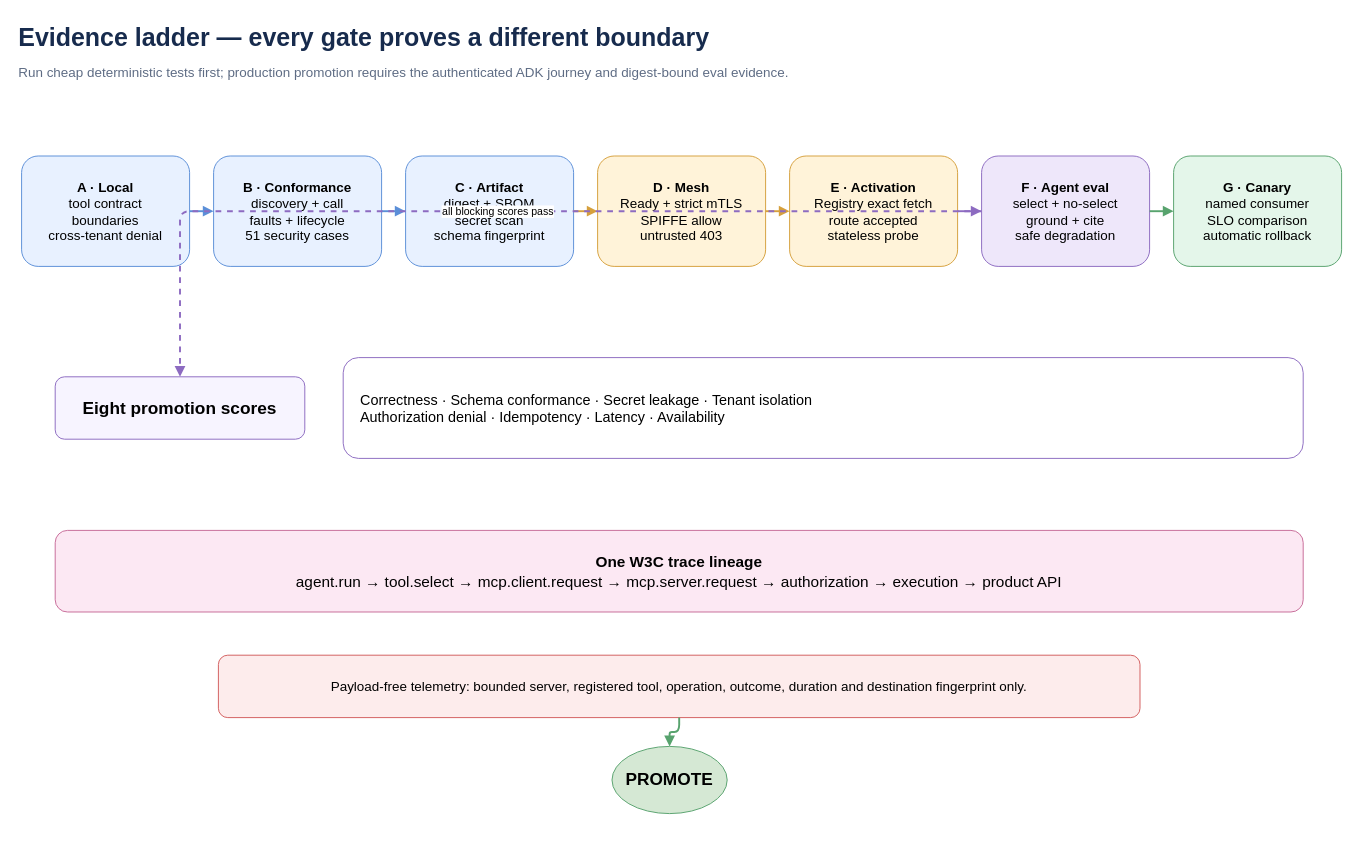
tesserix/australis keeps this draw.io diagram as page "4 - Test and promotion gates" (4 of 4) of docs/diagrams/product-mcp-lifecycle.drawio. Above is the earlier version. Source tidied: cells renumbered, new cells numbered last; positions are measured from the earlier drawing's top-left corner, leaving out a move shared by most shapes. Both pictures are drawn from the tidied source at 96%, with x=0, y=0 at pixel (16, 16).
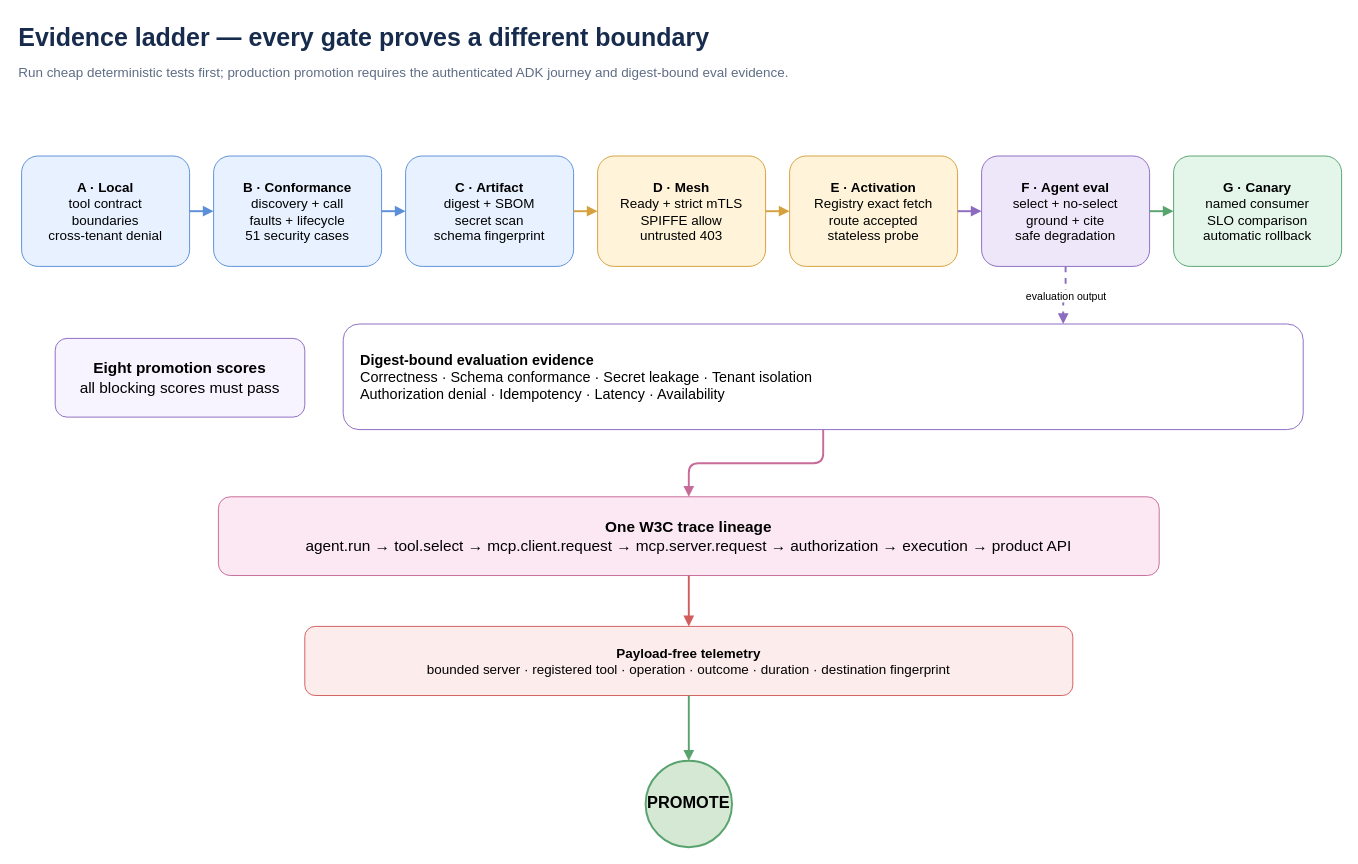
The same page after the edit.

Unchanged cells that the change refers to:
```xml
<mxCell id="9" value="&lt;b&gt;F · Agent eval&lt;/b&gt;&lt;br&gt;select + no-select&lt;br&gt;ground + cite&lt;br&gt;safe degradation" style="rounded=1;whiteSpace=wrap;html=1;fillColor=#EEE7FA;strokeColor=#8D6BC1;fontSize=14;" parent="1" vertex="1">
  <mxGeometry x="1005" y="145" width="175" height="115" as="geometry" />
</mxCell>
```

The edit, as a diff of the source:
```diff
@@
-    <mxCell id="11" value="&lt;b&gt;Eight promotion scores&lt;/b&gt;" style="rounded=1;whiteSpace=wrap;html=1;fillColor=#F7F4FF;strokeColor=#8D6BC1;fontSize=18;fontStyle=1;" parent="1" vertex="1">
-      <mxGeometry x="40" y="375" width="260" height="65" as="geometry" />
+    <mxCell id="11" value="&lt;b&gt;Eight promotion scores&lt;/b&gt;&lt;br&gt;all blocking scores must pass" style="rounded=1;whiteSpace=wrap;html=1;fillColor=#F7F4FF;strokeColor=#8D6BC1;fontSize=16;" parent="1" vertex="1">
+      <mxGeometry x="40" y="335" width="260" height="82" as="geometry" />
     </mxCell>
-    <mxCell id="12" value="Correctness · Schema conformance · Secret leakage · Tenant isolation&lt;br&gt;Authorization denial · Idempotency · Latency · Availability" style="rounded=1;whiteSpace=wrap;html=1;fillColor=#FFFFFF;strokeColor=#8D6BC1;fontSize=15;align=left;spacingLeft=16;" parent="1" vertex="1">
-      <mxGeometry x="340" y="355" width="1000" height="105" as="geometry" />
+    <mxCell id="12" value="&lt;b&gt;Digest-bound evaluation evidence&lt;/b&gt;&lt;br&gt;Correctness · Schema conformance · Secret leakage · Tenant isolation&lt;br&gt;Authorization denial · Idempotency · Latency · Availability" style="rounded=1;whiteSpace=wrap;html=1;fillColor=#FFFFFF;strokeColor=#8D6BC1;fontSize=15;align=left;spacingLeft=16;" parent="1" vertex="1">
+      <mxGeometry x="340" y="320" width="1000" height="110" as="geometry" />
     </mxCell>
     <mxCell id="13" value="&lt;b&gt;One W3C trace lineage&lt;/b&gt;&lt;br&gt;agent.run → tool.select → mcp.client.request → mcp.server.request → authorization → execution → product API" style="rounded=1;whiteSpace=wrap;html=1;fillColor=#FCE8F3;strokeColor=#C76B98;fontSize=16;" parent="1" vertex="1">
-      <mxGeometry x="40" y="535" width="1300" height="85" as="geometry" />
+      <mxGeometry x="210" y="500" width="980" height="82" as="geometry" />
     </mxCell>
-    <mxCell id="14" value="Payload-free telemetry: bounded server, registered tool, operation, outcome, duration and destination fingerprint only." style="rounded=1;whiteSpace=wrap;html=1;fillColor=#FDECEC;strokeColor=#D35D5D;fontSize=14;" parent="1" vertex="1">
-      <mxGeometry x="210" y="665" width="960" height="65" as="geometry" />
+    <mxCell id="14" value="&lt;b&gt;Payload-free telemetry&lt;/b&gt;&lt;br&gt;bounded server · registered tool · operation · outcome · duration · destination fingerprint" style="rounded=1;whiteSpace=wrap;html=1;fillColor=#FDECEC;strokeColor=#D35D5D;fontSize=14;" parent="1" vertex="1">
+      <mxGeometry x="300" y="635" width="800" height="72" as="geometry" />
     </mxCell>
-    <mxCell id="15" value="PROMOTE" style="ellipse;whiteSpace=wrap;html=1;fillColor=#D5E8D4;strokeColor=#58A36E;fontSize=18;fontStyle=1;" parent="1" vertex="1">
-      <mxGeometry x="620" y="760" width="120" height="70" as="geometry" />
+    <mxCell id="15" value="PROMOTE" style="ellipse;whiteSpace=wrap;html=1;fillColor=#D5E8D4;strokeColor=#58A36E;strokeWidth=2;fontSize=17;fontStyle=1;" parent="1" vertex="1">
+      <mxGeometry x="655" y="775" width="90" height="90" as="geometry" />
     </mxCell>
@@
-    <mxCell id="22" value="all blocking scores pass" style="edgeStyle=orthogonalEdgeStyle;html=1;endArrow=block;strokeWidth=2;dashed=1;strokeColor=#8D6BC1;" parent="1" edge="1" source="9" target="11">
-      <mxGeometry relative="1" as="geometry" />
+    <mxCell id="22" value="evaluation output" style="edgeStyle=orthogonalEdgeStyle;html=1;endArrow=block;strokeWidth=2;dashed=1;strokeColor=#8D6BC1;exitX=0.5;exitY=1;entryX=0.75;entryY=0;" parent="1" edge="1" source="9" target="12">
+      <mxGeometry relative="1" as="geometry">
+        <Array as="points">
+          <mxPoint x="1092" y="295" />
+          <mxPoint x="1090" y="295" />
+        </Array>
+      </mxGeometry>
     </mxCell>
-    <mxCell id="23" style="edgeStyle=orthogonalEdgeStyle;html=1;endArrow=block;strokeWidth=2;strokeColor=#58A36E;" parent="1" edge="1" source="14" target="15">
+    <mxCell id="23" style="edgeStyle=orthogonalEdgeStyle;html=1;endArrow=block;strokeWidth=2;strokeColor=#C76B98;exitX=0.5;exitY=1;entryX=0.5;entryY=0;" parent="1" edge="1" source="12" target="13">
       <mxGeometry relative="1" as="geometry" />
     </mxCell>
+    <mxCell id="24" style="edgeStyle=orthogonalEdgeStyle;html=1;endArrow=block;strokeWidth=2;strokeColor=#D35D5D;exitX=0.5;exitY=1;entryX=0.5;entryY=0;" parent="1" edge="1" source="13" target="14">
+      <mxGeometry relative="1" as="geometry" />
+    </mxCell>
+    <mxCell id="25" style="edgeStyle=orthogonalEdgeStyle;html=1;endArrow=block;strokeWidth=2;strokeColor=#58A36E;exitX=0.5;exitY=1;entryX=0.5;entryY=0;" parent="1" edge="1" source="14" target="15">
+      <mxGeometry relative="1" as="geometry" />
+    </mxCell>
```
